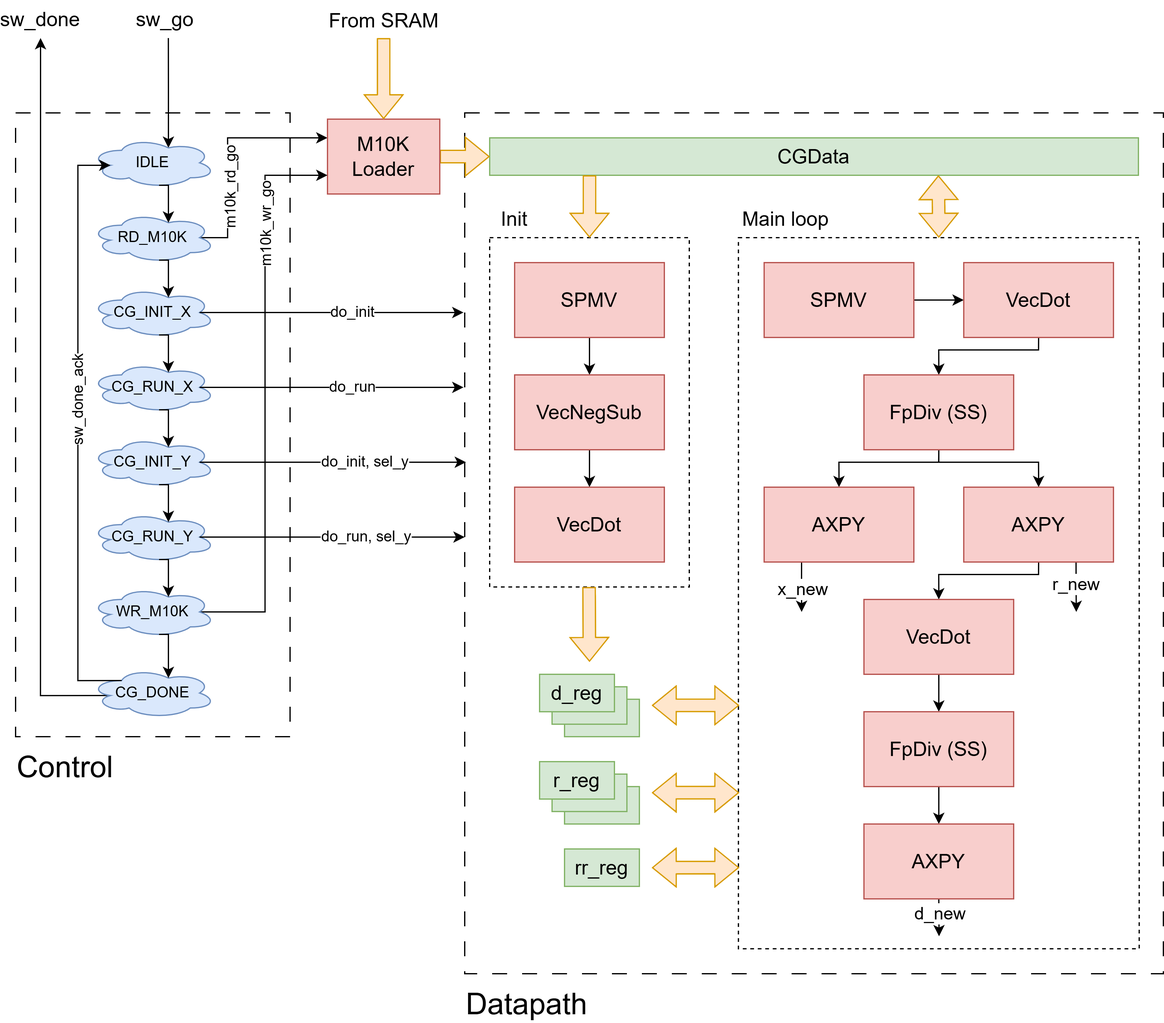
This is images/v1.drawio.png from pis7/ece5760-final-project, a draw.io export, as it was before one commit. Source tidied: cells renumbered, new cells last; positions are measured from the earlier drawing's top-left corner, leaving out a move shared by most shapes.
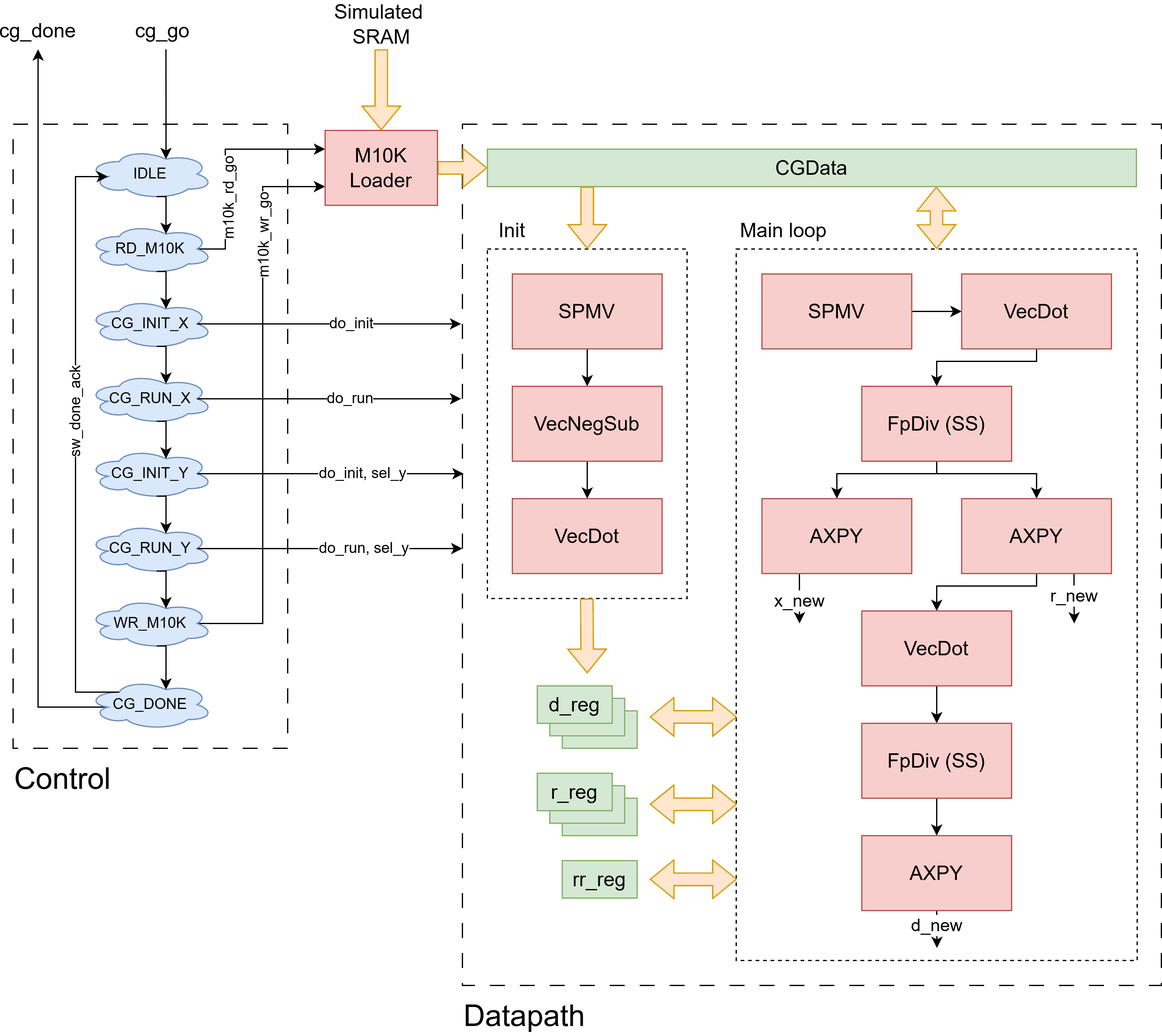
The same file after the commit.

The edit, as a diff of the source:
```diff
@@ -219,9 +219,9 @@
         <mxPoint x="305" y="30" as="sourcePoint" />
       </mxGeometry>
     </mxCell>
-    <mxCell id="56" value="From SRAM" style="edgeLabel;html=1;align=center;verticalAlign=middle;rounded=0;strokeColor=default;fontFamily=Helvetica;fontSize=16;fontColor=default;fillColor=default;" parent="55" vertex="1">
+    <mxCell id="56" value="Simulated&amp;nbsp;&lt;div&gt;SRAM&lt;/div&gt;" style="edgeLabel;html=1;align=center;verticalAlign=middle;rounded=0;strokeColor=default;fontFamily=Helvetica;fontSize=16;fontColor=default;fillColor=default;" parent="55" vertex="1">
       <mxGeometry x="-0.58" y="-2" relative="1" as="geometry">
-        <mxPoint x="2" y="-28" as="offset" />
+        <mxPoint x="2" y="-34" as="offset" />
       </mxGeometry>
     </mxCell>
     <mxCell id="57" value="CG_INIT_X" style="ellipse;shape=cloud;whiteSpace=wrap;html=1;rounded=0;strokeColor=#6c8ebf;align=center;verticalAlign=middle;fontFamily=Helvetica;fontSize=12;fillColor=#dae8fc;" parent="1" vertex="1">
@@ -260,7 +260,7 @@
     <mxCell id="65" value="WR_M10K" style="ellipse;shape=cloud;whiteSpace=wrap;html=1;rounded=0;strokeColor=#6c8ebf;align=center;verticalAlign=middle;fontFamily=Helvetica;fontSize=12;fillColor=#dae8fc;" parent="1" vertex="1">
       <mxGeometry x="70" y="470" width="100" height="40" as="geometry" />
     </mxCell>
-    <mxCell id="66" value="sw_go" style="text;html=1;whiteSpace=wrap;strokeColor=none;fillColor=none;align=center;verticalAlign=middle;rounded=0;fontFamily=Helvetica;fontSize=16;fontColor=default;" parent="1" vertex="1">
+    <mxCell id="66" value="cg_go" style="text;html=1;whiteSpace=wrap;strokeColor=none;fillColor=none;align=center;verticalAlign=middle;rounded=0;fontFamily=Helvetica;fontSize=16;fontColor=default;" parent="1" vertex="1">
       <mxGeometry x="100" width="60" height="30" as="geometry" />
     </mxCell>
     <mxCell id="67" style="edgeStyle=orthogonalEdgeStyle;rounded=0;jettySize=auto;html=1;exitX=0.875;exitY=0.5;exitDx=0;exitDy=0;exitPerimeter=0;fontFamily=Helvetica;fontSize=12;fontColor=default;" parent="1" edge="1" source="57">
@@ -312,7 +312,7 @@
         <mxPoint x="12" as="offset" />
       </mxGeometry>
     </mxCell>
-    <mxCell id="75" value="sw_done" style="text;html=1;whiteSpace=wrap;strokeColor=none;fillColor=none;align=center;verticalAlign=middle;rounded=0;fontFamily=Helvetica;fontSize=16;fontColor=default;" parent="1" vertex="1">
+    <mxCell id="75" value="cg_done" style="text;html=1;whiteSpace=wrap;strokeColor=none;fillColor=none;align=center;verticalAlign=middle;rounded=0;fontFamily=Helvetica;fontSize=16;fontColor=default;" parent="1" vertex="1">
       <mxGeometry width="60" height="30" as="geometry" />
     </mxCell>
     <mxCell id="76" value="&lt;font style=&quot;font-size: 24px;&quot;&gt;Control&lt;/font&gt;" style="text;html=1;whiteSpace=wrap;strokeColor=none;fillColor=none;align=center;verticalAlign=middle;rounded=0;fontFamily=Helvetica;fontSize=12;fontColor=default;" parent="1" vertex="1">
```
